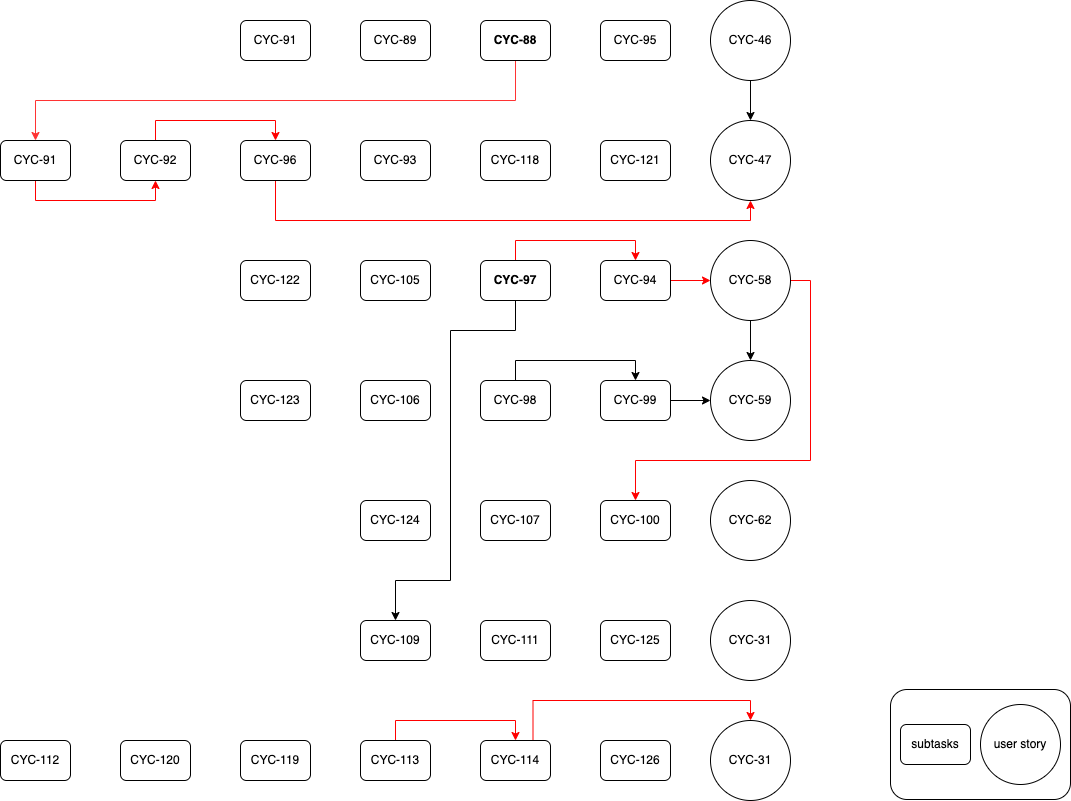
Above: doc/sprint2/asset/schedule.png in UTSCCSCC01/finalprojects22-cyclist (draw.io), before the change. Source tidied: cells renumbered, new cells last; positions are measured from the earlier drawing's top-left corner, leaving out a move shared by most shapes.
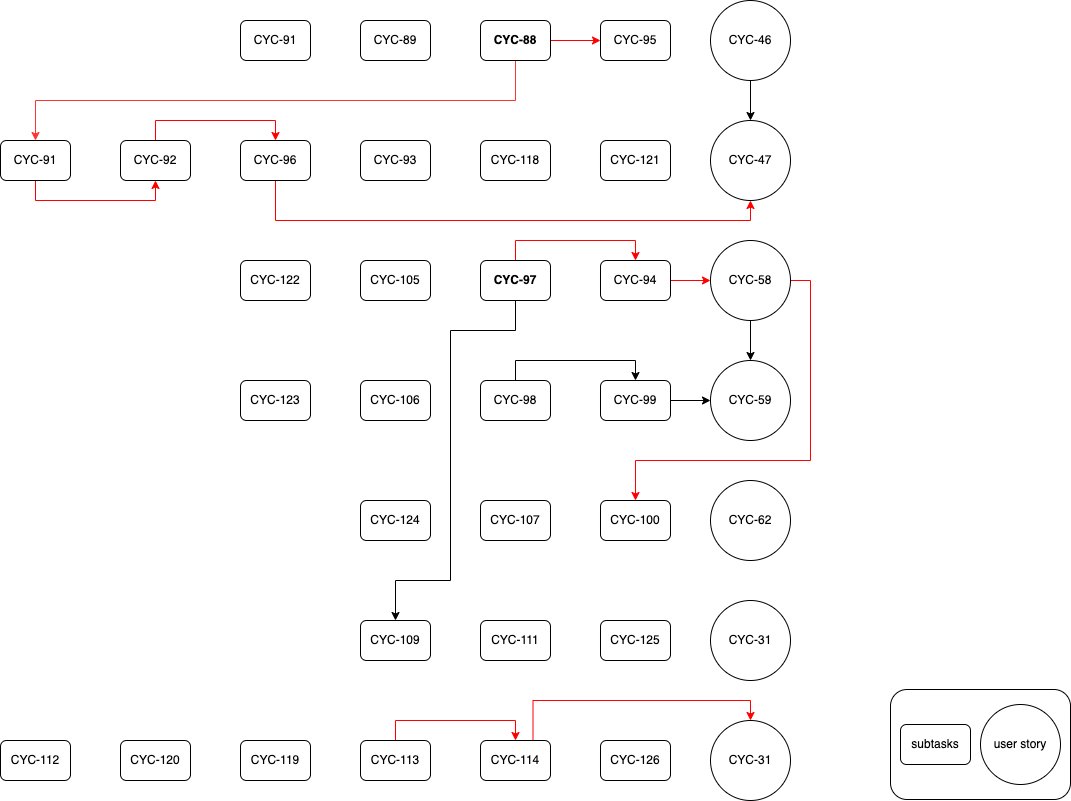
After the change.

What changed in the source:
```diff
@@ -41,6 +41,9 @@
     <mxCell id="12" style="edgeStyle=orthogonalEdgeStyle;rounded=0;jettySize=auto;html=1;exitX=0.5;exitY=1;exitDx=0;exitDy=0;entryX=0.5;entryY=0;entryDx=0;entryDy=0;fillColor=#FF3721;strokeColor=#FF3333;" parent="1" edge="1" source="13" target="55">
       <mxGeometry relative="1" as="geometry" />
     </mxCell>
+    <mxCell id="56" style="edgeStyle=orthogonalEdgeStyle;rounded=0;jettySize=auto;html=1;exitX=1;exitY=0.5;exitDx=0;exitDy=0;strokeColor=#FF0000;fillColor=#FF3721;" parent="1" edge="1" source="13" target="15">
+      <mxGeometry relative="1" as="geometry" />
+    </mxCell>
     <mxCell id="13" value="CYC-88" style="rounded=1;whiteSpace=wrap;html=1;fontStyle=1;" parent="1" vertex="1">
       <mxGeometry x="480" y="20" width="70" height="40" as="geometry" />
     </mxCell>
```
